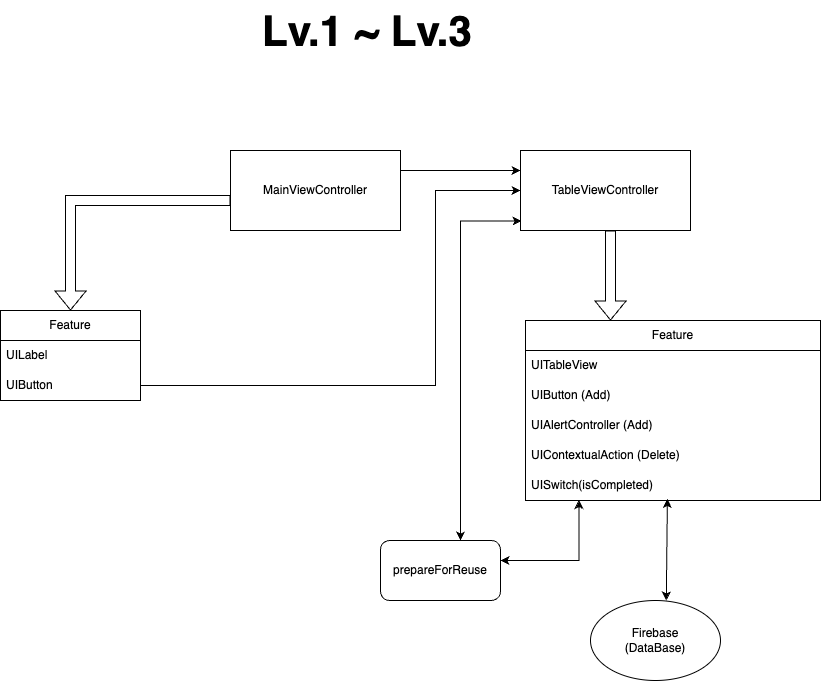
Before: ToDoList/lv3.png, a diagram exported from draw.io (Haroldfromk/task). Source tidied: cells renumbered, new cells last; positions are measured from the earlier drawing's top-left corner, leaving out a move shared by most shapes.
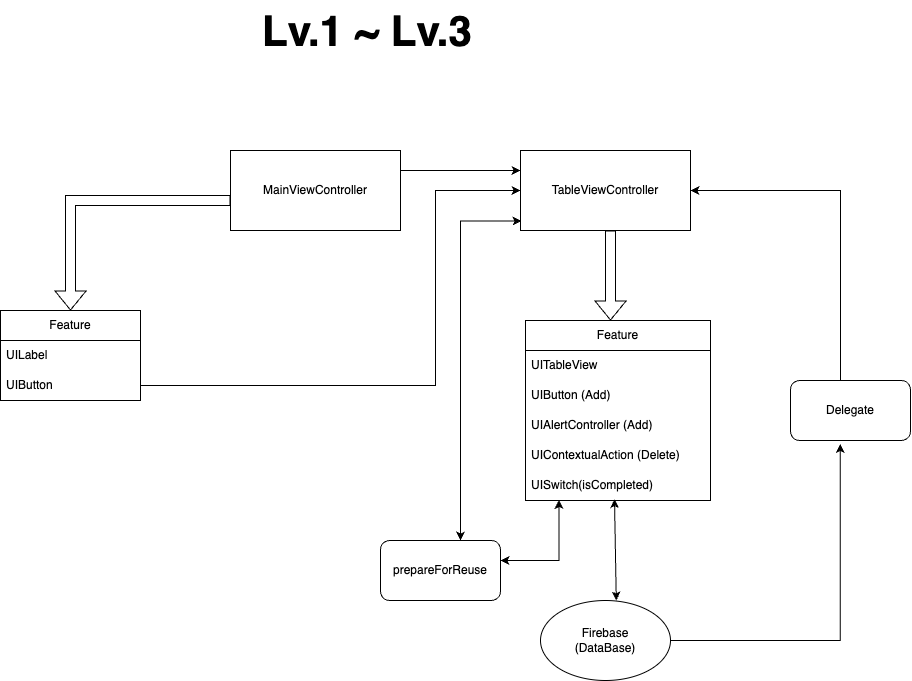
After the change.

Diff of the diagram source:
```diff
@@ -39,25 +39,25 @@
       </mxGeometry>
     </mxCell>
     <mxCell id="10" value="Feature" style="swimlane;fontStyle=0;horizontal=1;startSize=30;whiteSpace=wrap;html=1;" parent="1" vertex="1">
-      <mxGeometry x="525" y="320" width="295" height="180" as="geometry" />
+      <mxGeometry x="525" y="320" width="185" height="180" as="geometry" />
     </mxCell>
     <mxCell id="11" value="UITableView" style="text;strokeColor=none;fillColor=none;align=left;verticalAlign=middle;spacingLeft=4;spacingRight=4;overflow=hidden;whiteSpace=wrap;html=1;" parent="10" vertex="1">
-      <mxGeometry y="30" width="295" height="30" as="geometry" />
+      <mxGeometry y="30" width="185" height="30" as="geometry" />
     </mxCell>
     <mxCell id="12" value="UIButton (Add)" style="text;strokeColor=none;fillColor=none;align=left;verticalAlign=middle;spacingLeft=4;spacingRight=4;overflow=hidden;whiteSpace=wrap;html=1;" parent="10" vertex="1">
-      <mxGeometry y="60" width="295" height="30" as="geometry" />
+      <mxGeometry y="60" width="185" height="30" as="geometry" />
     </mxCell>
     <mxCell id="13" value="UIAlertController (Add&lt;span style=&quot;background-color: initial;&quot;&gt;)&lt;/span&gt;" style="text;strokeColor=none;fillColor=none;align=left;verticalAlign=middle;spacingLeft=4;spacingRight=4;overflow=hidden;whiteSpace=wrap;html=1;" parent="10" vertex="1">
-      <mxGeometry y="90" width="295" height="30" as="geometry" />
+      <mxGeometry y="90" width="185" height="30" as="geometry" />
     </mxCell>
     <mxCell id="14" value="UIContextualAction (Delete)" style="text;strokeColor=none;fillColor=none;align=left;verticalAlign=middle;spacingLeft=4;spacingRight=4;overflow=hidden;whiteSpace=wrap;html=1;" parent="10" vertex="1">
-      <mxGeometry y="120" width="295" height="30" as="geometry" />
+      <mxGeometry y="120" width="185" height="30" as="geometry" />
     </mxCell>
     <mxCell id="15" value="UISwitch(isCompleted)" style="text;strokeColor=none;fillColor=none;align=left;verticalAlign=middle;spacingLeft=4;spacingRight=4;overflow=hidden;points=[[0,0.5],[1,0.5]];portConstraint=eastwest;whiteSpace=wrap;html=1;" parent="10" vertex="1">
-      <mxGeometry y="150" width="295" height="30" as="geometry" />
+      <mxGeometry y="150" width="185" height="30" as="geometry" />
     </mxCell>
     <mxCell id="16" value="Firebase&lt;div&gt;(DataBase)&lt;/div&gt;" style="ellipse;whiteSpace=wrap;html=1;" parent="1" vertex="1">
-      <mxGeometry x="590" y="600" width="130" height="80" as="geometry" />
+      <mxGeometry x="540" y="600" width="130" height="80" as="geometry" />
     </mxCell>
     <mxCell id="17" style="endArrow=classic;html=1;rounded=0;edgeStyle=elbowEdgeStyle;entryX=-0.029;entryY=0.875;entryDx=0;entryDy=0;entryPerimeter=0;exitX=1;exitY=0.5;exitDx=0;exitDy=0;" parent="1" edge="1" source="8">
       <mxGeometry relative="1" as="geometry">
@@ -92,5 +92,24 @@
         </Array>
       </mxGeometry>
     </mxCell>
+    <mxCell id="23" value="Delegate" style="rounded=1;whiteSpace=wrap;html=1;" parent="1" vertex="1">
+      <mxGeometry x="790" y="380" width="120" height="60" as="geometry" />
+    </mxCell>
+    <mxCell id="24" style="endArrow=classic;html=1;rounded=0;edgeStyle=orthogonalEdgeStyle;entryX=0.415;entryY=1.06;entryDx=0;entryDy=0;entryPerimeter=0;" parent="1" edge="1" target="23">
+      <mxGeometry relative="1" as="geometry">
+        <mxPoint x="670" y="640" as="sourcePoint" />
+        <Array as="points">
+          <mxPoint x="840" y="640" />
+        </Array>
+      </mxGeometry>
+    </mxCell>
+    <mxCell id="25" style="endArrow=classic;html=1;rounded=0;edgeStyle=orthogonalEdgeStyle;entryX=1;entryY=0.5;entryDx=0;entryDy=0;" parent="1" edge="1" target="3">
+      <mxGeometry relative="1" as="geometry">
+        <mxPoint x="840" y="380" as="sourcePoint" />
+        <Array as="points">
+          <mxPoint x="840" y="190" />
+        </Array>
+      </mxGeometry>
+    </mxCell>
   </root>
 </mxGraphModel>
```
